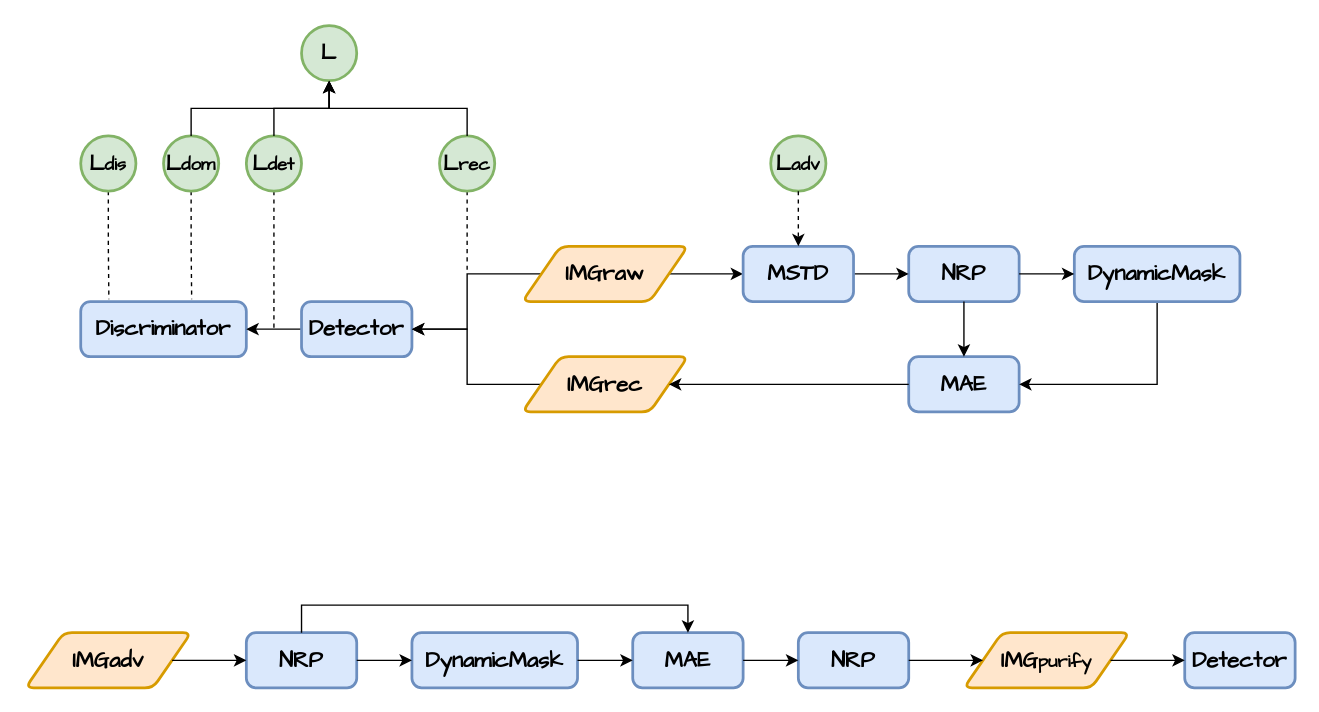
The draw.io diagram Purification.drawio in umiskky/Diagrams, before the edit. Source tidied: cells renumbered, new cells numbered last; positions are measured from the earlier drawing's top-left corner, leaving out a move shared by most shapes. Both pictures are drawn from the tidied source at 138%, with x=0, y=0 at pixel (25, 25).
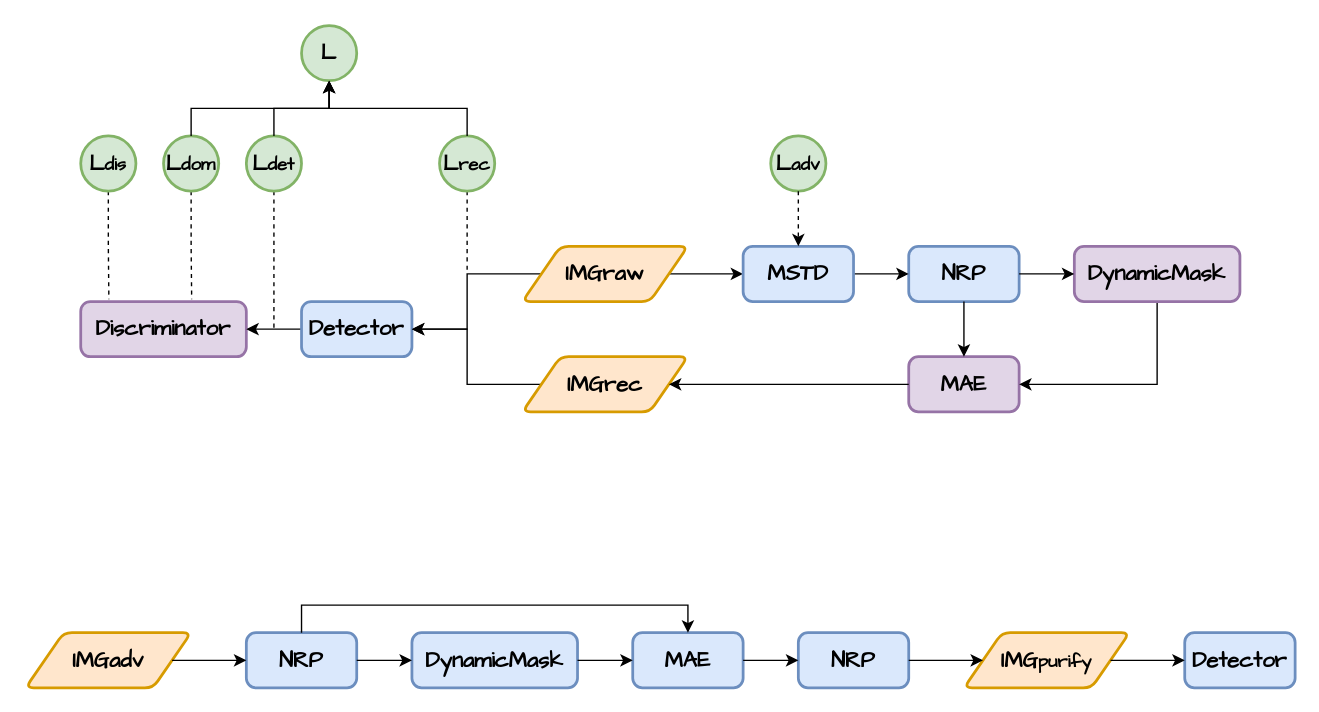
The same diagram, later.

Unchanged cells that the change refers to:
```xml
<mxCell id="2" style="group;" parent="1" vertex="1">
  <mxGeometry x="40" width="840" height="280" as="geometry" />
</mxCell>
```

Change to the diagram source:
```diff
@@
-    <mxCell id="3" value="&lt;b&gt;Discriminator&lt;/b&gt;" style="rounded=1;whiteSpace=wrap;html=1;absoluteArcSize=1;arcSize=14;strokeWidth=2;fontFamily=Comic Sans MS;fontSize=16;fillColor=#dae8fc;strokeColor=#6c8ebf;" parent="2" vertex="1">
+    <mxCell id="3" value="&lt;b&gt;Discriminator&lt;/b&gt;" style="rounded=1;whiteSpace=wrap;html=1;absoluteArcSize=1;arcSize=14;strokeWidth=2;fontFamily=Comic Sans MS;fontSize=16;fillColor=#e1d5e7;strokeColor=#9673a6;" parent="2" vertex="1">
       <mxGeometry y="200" width="120" height="40" as="geometry" />
     </mxCell>
@@
-    <mxCell id="22" value="&lt;b&gt;MAE&lt;/b&gt;" style="rounded=1;whiteSpace=wrap;html=1;absoluteArcSize=1;arcSize=14;strokeWidth=2;fontFamily=Comic Sans MS;fontSize=16;fillColor=#dae8fc;strokeColor=#6c8ebf;" parent="2" vertex="1">
+    <mxCell id="22" value="&lt;b&gt;MAE&lt;/b&gt;" style="rounded=1;whiteSpace=wrap;html=1;absoluteArcSize=1;arcSize=14;strokeWidth=2;fontFamily=Comic Sans MS;fontSize=16;fillColor=#e1d5e7;strokeColor=#9673a6;" parent="2" vertex="1">
       <mxGeometry x="600" y="240" width="80" height="40" as="geometry" />
     </mxCell>
@@
-    <mxCell id="25" value="&lt;b&gt;DynamicMask&lt;/b&gt;" style="rounded=1;whiteSpace=wrap;html=1;absoluteArcSize=1;arcSize=14;strokeWidth=2;fontFamily=Comic Sans MS;fontSize=16;fillColor=#dae8fc;strokeColor=#6c8ebf;" parent="2" vertex="1">
+    <mxCell id="25" value="&lt;b&gt;DynamicMask&lt;/b&gt;" style="rounded=1;whiteSpace=wrap;html=1;absoluteArcSize=1;arcSize=14;strokeWidth=2;fontFamily=Comic Sans MS;fontSize=16;fillColor=#e1d5e7;strokeColor=#9673a6;" parent="2" vertex="1">
       <mxGeometry x="720" y="160" width="120" height="40" as="geometry" />
     </mxCell>
```
